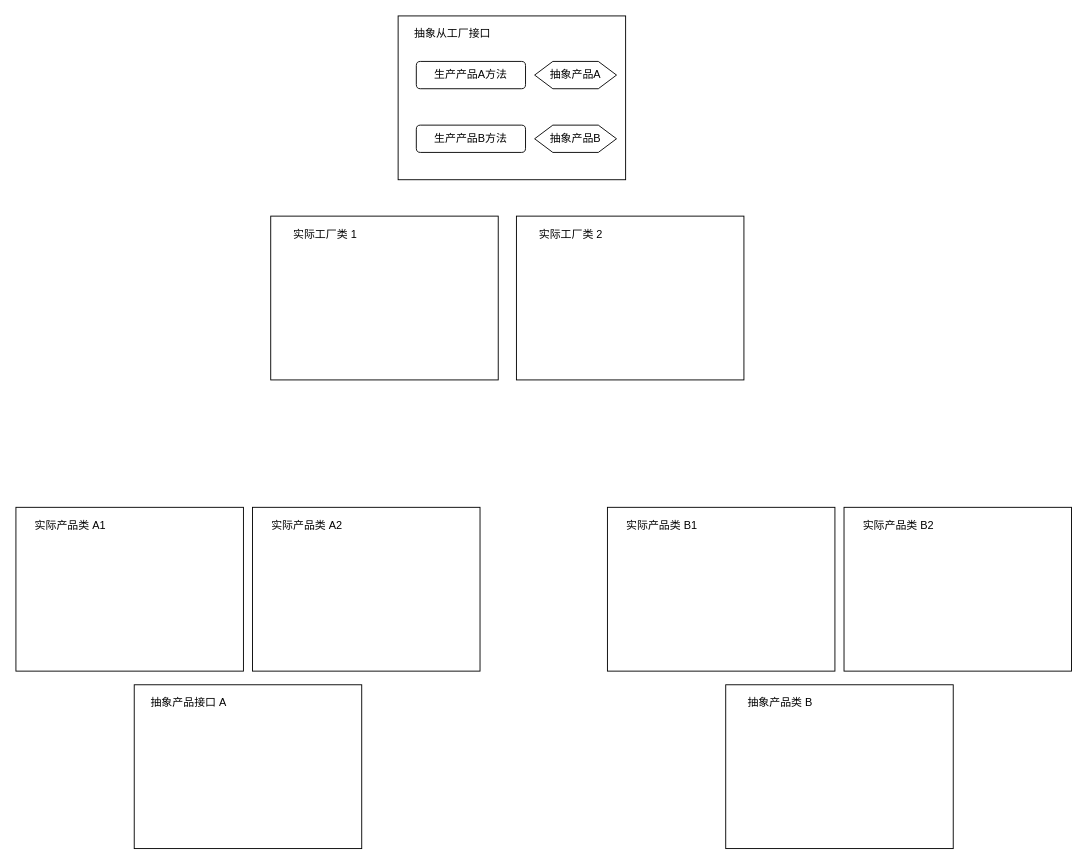
The draw.io diagram AbstractFactory.drawio in Humyang/API-Diagram, before the edit. Source tidied: cells renumbered, new cells numbered last; positions are measured from the earlier drawing's top-left corner, leaving out a move shared by most shapes. Both pictures are drawn from the tidied source at 91%, with x=0, y=0 at pixel (15, 15).
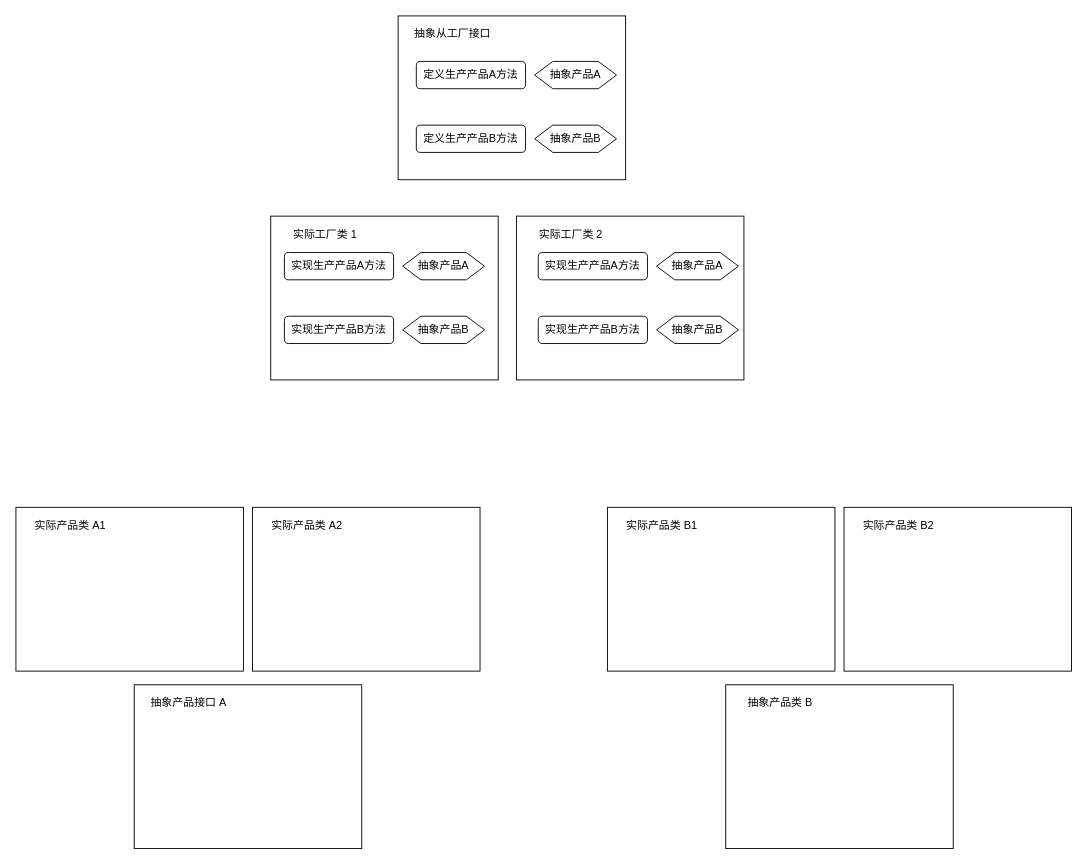
After the change.

The change refers to these unchanged cells:
```xml
<mxCell id="2" style="group;" parent="1" vertex="1">
  <mxGeometry x="420" width="270" height="180" as="geometry" />
</mxCell>
<mxCell id="9" style="group;" parent="1" vertex="1">
  <mxGeometry x="280" y="220" width="250" height="180" as="geometry" />
</mxCell>
<mxCell id="12" style="group;" parent="1" vertex="1">
  <mxGeometry x="550" y="220" width="250" height="180" as="geometry" />
</mxCell>
```

What changed in the source:
```diff
@@
-    <mxCell id="5" value="生产产品A方法" style="rounded=1;whiteSpace=wrap;html=1;" parent="2" vertex="1">
+    <mxCell id="5" value="定义生产产品A方法" style="rounded=1;whiteSpace=wrap;html=1;" parent="2" vertex="1">
       <mxGeometry x="20" y="50" width="120" height="30" as="geometry" />
     </mxCell>
-    <mxCell id="6" value="生产产品B方法" style="rounded=1;whiteSpace=wrap;html=1;" parent="2" vertex="1">
+    <mxCell id="6" value="定义生产产品B方法" style="rounded=1;whiteSpace=wrap;html=1;" parent="2" vertex="1">
       <mxGeometry x="20" y="120" width="120" height="30" as="geometry" />
     </mxCell>
@@
+    <mxCell id="33" value="实现生产产品A方法" style="rounded=1;whiteSpace=wrap;html=1;" parent="9" vertex="1">
+      <mxGeometry x="15" y="40" width="120" height="30" as="geometry" />
+    </mxCell>
+    <mxCell id="34" value="实现生产产品B方法" style="rounded=1;whiteSpace=wrap;html=1;" parent="9" vertex="1">
+      <mxGeometry x="15" y="110" width="120" height="30" as="geometry" />
+    </mxCell>
+    <mxCell id="35" value="抽象产品A" style="shape=hexagon;perimeter=hexagonPerimeter2;whiteSpace=wrap;html=1;fixedSize=1;" parent="9" vertex="1">
+      <mxGeometry x="145" y="40" width="90" height="30" as="geometry" />
+    </mxCell>
+    <mxCell id="36" value="抽象产品B" style="shape=hexagon;perimeter=hexagonPerimeter2;whiteSpace=wrap;html=1;fixedSize=1;" parent="9" vertex="1">
+      <mxGeometry x="145" y="110" width="90" height="30" as="geometry" />
+    </mxCell>
@@
+    <mxCell id="37" value="实现生产产品A方法" style="rounded=1;whiteSpace=wrap;html=1;" parent="12" vertex="1">
+      <mxGeometry x="24" y="40" width="120" height="30" as="geometry" />
+    </mxCell>
+    <mxCell id="38" value="实现生产产品B方法" style="rounded=1;whiteSpace=wrap;html=1;" parent="12" vertex="1">
+      <mxGeometry x="24" y="110" width="120" height="30" as="geometry" />
+    </mxCell>
+    <mxCell id="39" value="抽象产品A" style="shape=hexagon;perimeter=hexagonPerimeter2;whiteSpace=wrap;html=1;fixedSize=1;" parent="12" vertex="1">
+      <mxGeometry x="154" y="40" width="90" height="30" as="geometry" />
+    </mxCell>
+    <mxCell id="40" value="抽象产品B" style="shape=hexagon;perimeter=hexagonPerimeter2;whiteSpace=wrap;html=1;fixedSize=1;" parent="12" vertex="1">
+      <mxGeometry x="154" y="110" width="90" height="30" as="geometry" />
+    </mxCell>
```
